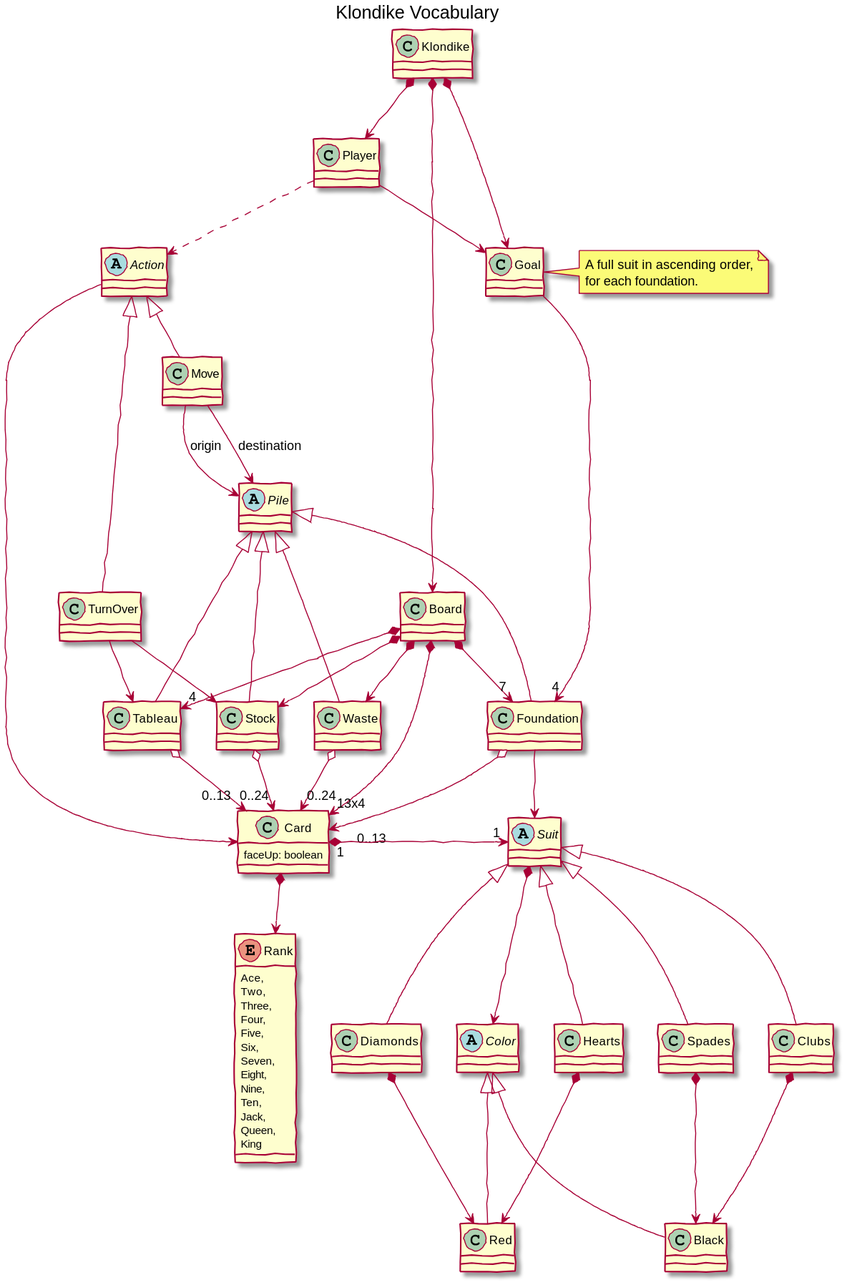
The PlantUML diagram software/game-klondike/docs/images/klondike--vocabulary.svg in USantaTecla-ed-mpds/lab-boole, before a commit.
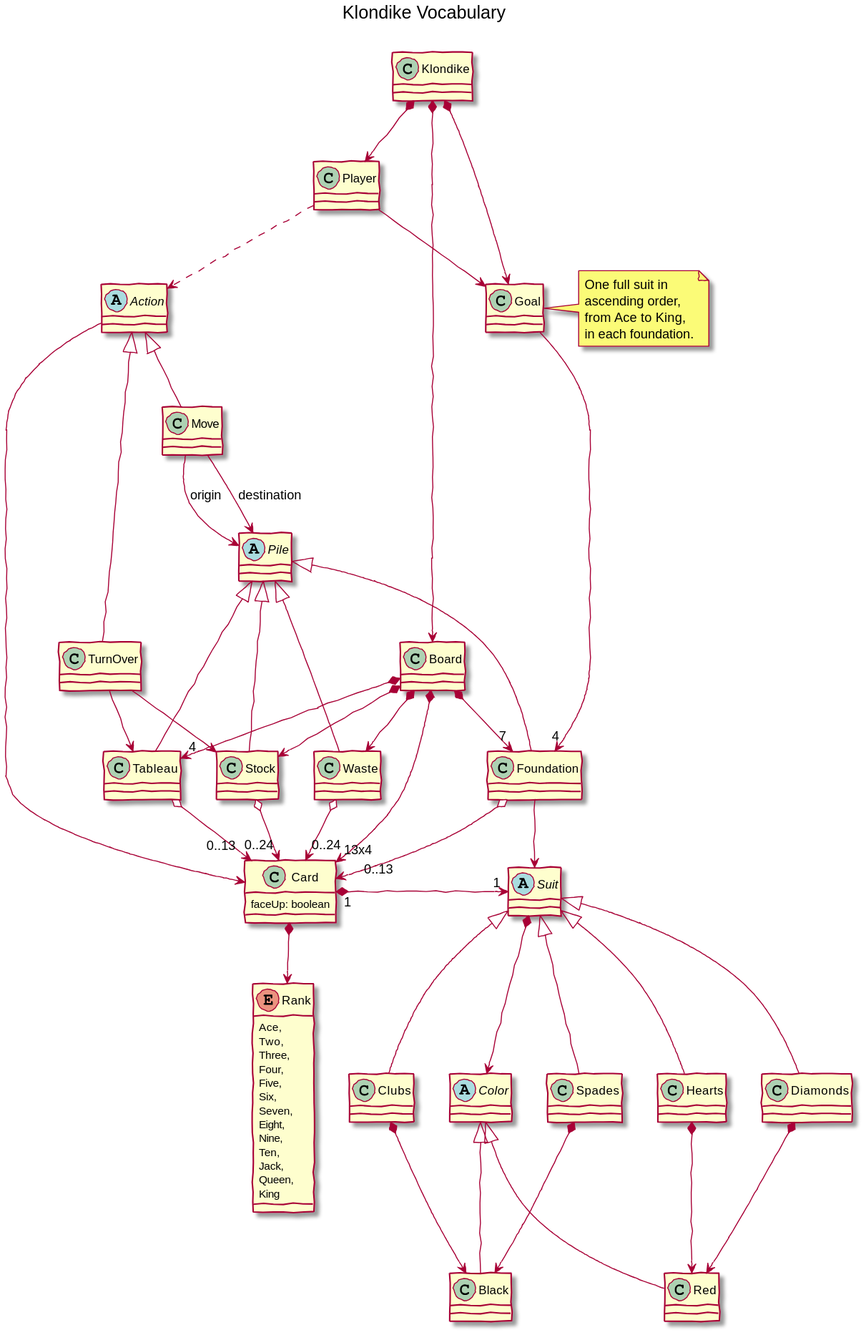
After the commit.

What changed in the source:
```diff
@@ -1,7 +1,7 @@
 @startuml klondike--vocabulary
 skinparam handwritten true
 
-title Klondike Vocabulary
+title Klondike Vocabulary \n
 
 class Klondike
 class Player
@@ -40,10 +40,14 @@
 class Red
 class Black
 
-class Spades
-class Clubs
-class Diamonds
-class Hearts
+together {
+    class Spades
+    class Clubs
+}
+together {
+    class Diamonds
+    class Hearts
+}
 
 abstract Action
 class Move
@@ -61,14 +65,16 @@
 Goal -> "4" Foundation
 
 note right of Goal {
-    A full suit in ascending order,
-    for each foundation.
+    One full suit in
+    ascending order,
+    from Ace to King,
+    in each foundation.
 }
 
 
 Action <|-- Move
 Action <|-- TurnOver
-Action -> Card
+Action --> Card
 Move --> Pile : origin
 Move --> Pile : destination
 TurnOver --> Stock
@@ -94,12 +100,13 @@
 Card *--> Rank
 Card "1" *-right-> "1" Suit
 
-Suit *-> Color
+Suit *-d-> Color
 Suit  <|-- Hearts
+Suit  <|-- Diamonds
+Color <|-- Red
+
 Suit  <|-- Spades
-Suit  <|-- Diamonds
 Suit  <|-- Clubs
-Color <|-- Red
 Color <|-- Black
 
 Diamonds *--> Red
```
